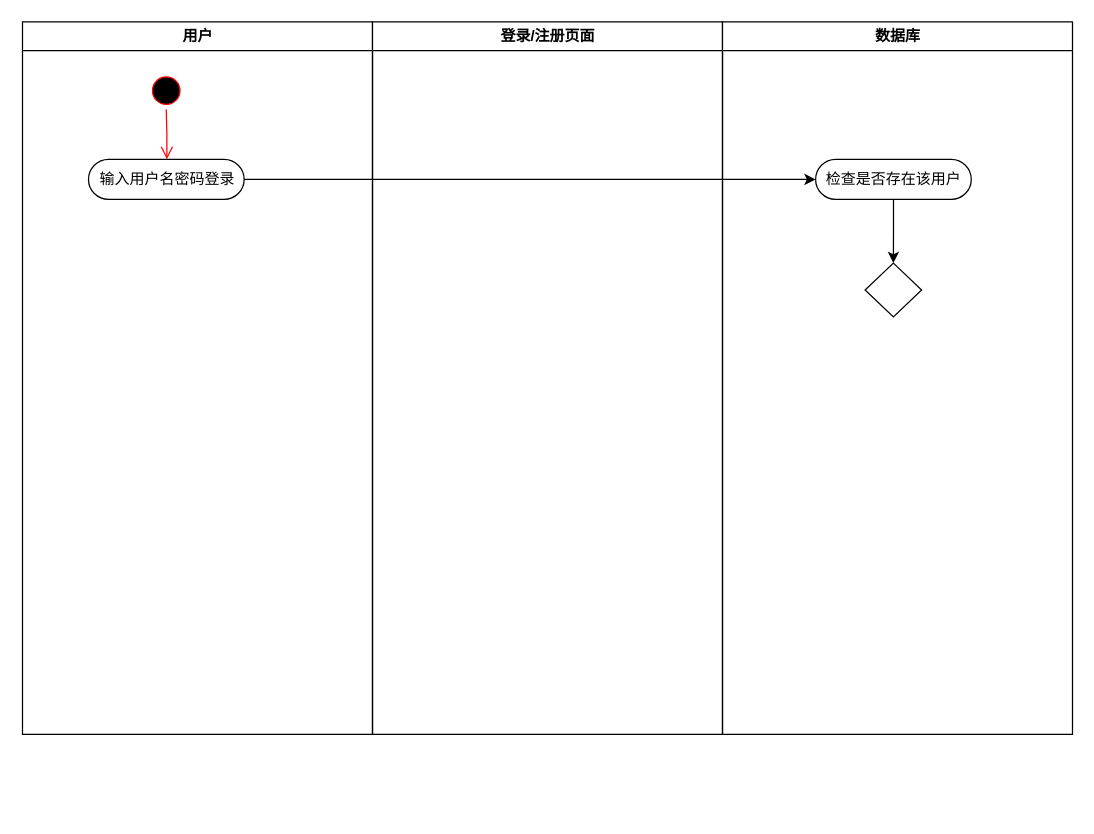
Earlier version of the draw.io diagram 注册登录活动图.drawio (200928/image). Source tidied: cells renumbered, new cells numbered last; positions are measured from the earlier drawing's top-left corner, leaving out a move shared by most shapes. Both pictures are drawn from the tidied source at 125%, with x=0, y=0 at pixel (21, 21).
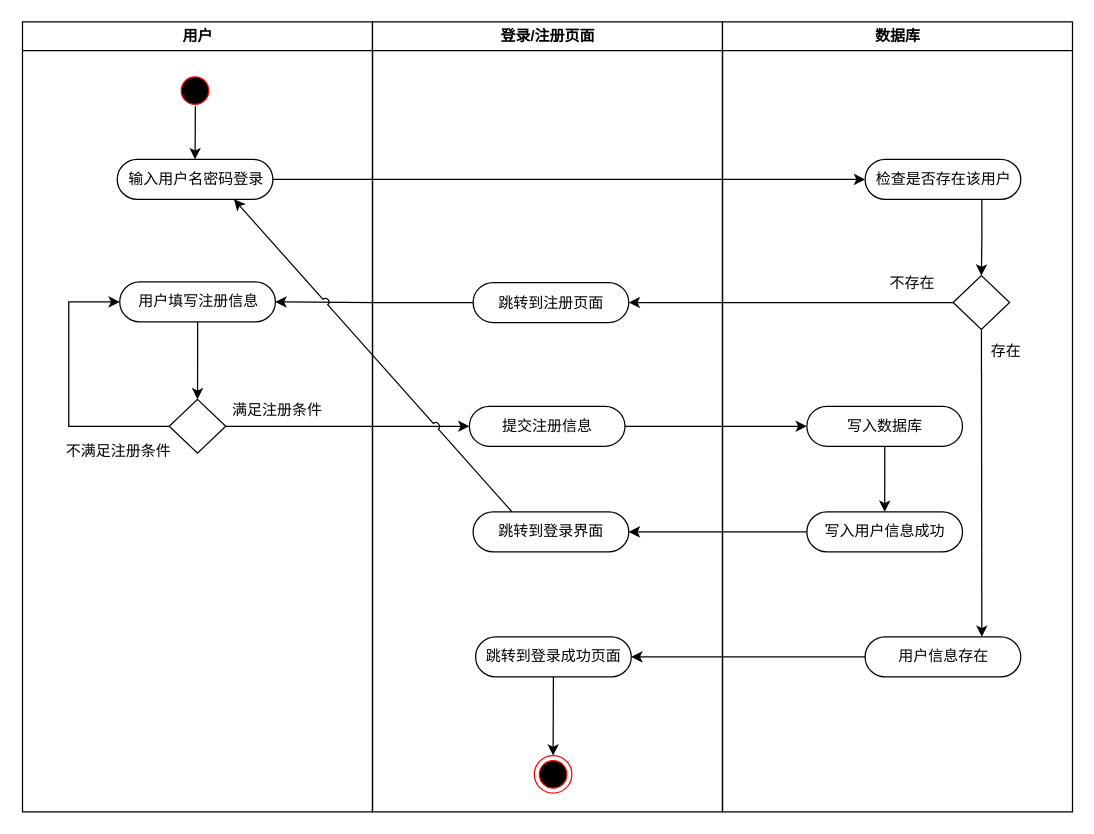
Above is the later version.

Commit message (it also covers changes not shown here):
更新注册登录活动图.drawio

The edit, as a diff of the source:
```diff
@@
     <mxCell id="2" value="用户" style="swimlane;whiteSpace=wrap;" parent="1" vertex="1">
-      <mxGeometry x="0.5" width="280" height="570" as="geometry" />
+      <mxGeometry x="0.5" width="280" height="632" as="geometry" />
     </mxCell>
+    <mxCell id="12" style="edgeStyle=none;rounded=0;jumpStyle=arc;jumpSize=6;jettySize=auto;html=1;entryX=0.5;entryY=0;entryDx=0;entryDy=0;exitX=0.51;exitY=0.915;exitDx=0;exitDy=0;exitPerimeter=0;" parent="2" edge="1" source="3" target="5">
+      <mxGeometry relative="1" as="geometry" />
+    </mxCell>
     <mxCell id="3" style="ellipse;shape=startState;fillColor=#000000;strokeColor=#ff0000;" parent="2" vertex="1">
-      <mxGeometry x="100" y="40" width="30" height="30" as="geometry" />
+      <mxGeometry x="123" y="40" width="30" height="30" as="geometry" />
     </mxCell>
-    <mxCell id="4" style="edgeStyle=elbowEdgeStyle;elbow=horizontal;verticalAlign=bottom;endArrow=open;endSize=8;strokeColor=#FF0000;endFill=1;rounded=0;" parent="2" edge="1" source="3">
-      <mxGeometry x="100" y="40" as="geometry">
-        <mxPoint x="115.5" y="110" as="targetPoint" />
-      </mxGeometry>
-    </mxCell>
     <mxCell id="5" value="输入用户名密码登录" style="html=1;rounded=1;absoluteArcSize=0;arcSize=50;" parent="2" vertex="1">
-      <mxGeometry x="52.8" y="110" width="124.5" height="32" as="geometry" />
+      <mxGeometry x="75.8" y="110" width="124.5" height="32" as="geometry" />
     </mxCell>
+    <mxCell id="13" style="edgeStyle=orthogonalEdgeStyle;rounded=0;jettySize=auto;html=1;" parent="2" edge="1" source="14" target="16">
+      <mxGeometry relative="1" as="geometry" />
+    </mxCell>
+    <mxCell id="14" value="用户填写注册信息" style="html=1;rounded=1;absoluteArcSize=0;arcSize=50;" parent="2" vertex="1">
+      <mxGeometry x="77.8" y="208" width="124.5" height="32" as="geometry" />
+    </mxCell>
+    <mxCell id="15" style="edgeStyle=orthogonalEdgeStyle;rounded=0;jettySize=auto;html=1;entryX=0;entryY=0.5;entryDx=0;entryDy=0;" parent="2" edge="1" source="16" target="14">
+      <mxGeometry relative="1" as="geometry">
+        <Array as="points">
+          <mxPoint x="37" y="324" />
+          <mxPoint x="37" y="224" />
+        </Array>
+      </mxGeometry>
+    </mxCell>
+    <mxCell id="16" style="rhombus;whiteSpace=wrap;html=1;rounded=0;" parent="2" vertex="1">
+      <mxGeometry x="117.4" y="302" width="45.2" height="43" as="geometry" />
+    </mxCell>
+    <mxCell id="17" value="不满足注册条件" style="text;html=1;align=center;verticalAlign=middle;strokeColor=none;fillColor=none;" parent="2" vertex="1">
+      <mxGeometry x="29.5" y="335" width="94" height="18" as="geometry" />
+    </mxCell>
+    <mxCell id="18" value="满足注册条件" style="text;html=1;align=center;verticalAlign=middle;strokeColor=none;fillColor=none;" parent="2" vertex="1">
+      <mxGeometry x="162.6" y="302" width="82" height="18" as="geometry" />
+    </mxCell>
     <mxCell id="6" value="登录/注册页面" style="swimlane;whiteSpace=wrap;" parent="1" vertex="1">
-      <mxGeometry x="280.5" width="280" height="570" as="geometry" />
+      <mxGeometry x="280.5" width="280" height="632" as="geometry" />
     </mxCell>
+    <mxCell id="19" value="跳转到注册页面" style="html=1;rounded=1;absoluteArcSize=0;arcSize=50;" parent="6" vertex="1">
+      <mxGeometry x="80.5" y="208.5" width="124.5" height="32" as="geometry" />
+    </mxCell>
+    <mxCell id="20" value="提交注册信息" style="html=1;rounded=1;absoluteArcSize=0;arcSize=50;" parent="6" vertex="1">
+      <mxGeometry x="77.5" y="307.5" width="124.5" height="32" as="geometry" />
+    </mxCell>
+    <mxCell id="21" value="跳转到登录界面" style="html=1;rounded=1;absoluteArcSize=0;arcSize=50;" parent="6" vertex="1">
+      <mxGeometry x="80.5" y="392" width="124.5" height="32" as="geometry" />
+    </mxCell>
+    <mxCell id="22" style="edgeStyle=none;rounded=0;jumpStyle=arc;jumpSize=6;jettySize=auto;html=1;entryX=0.5;entryY=0;entryDx=0;entryDy=0;" parent="6" edge="1" source="23" target="24">
+      <mxGeometry relative="1" as="geometry" />
+    </mxCell>
+    <mxCell id="23" value="跳转到登录成功页面" style="html=1;rounded=1;absoluteArcSize=0;arcSize=50;" parent="6" vertex="1">
+      <mxGeometry x="82.5" y="492" width="124.5" height="32" as="geometry" />
+    </mxCell>
+    <mxCell id="24" style="ellipse;html=1;shape=endState;fillColor=#000000;strokeColor=#ff0000;" parent="6" vertex="1">
+      <mxGeometry x="129.5" y="587" width="30" height="30" as="geometry" />
+    </mxCell>
     <mxCell id="7" value="数据库" style="swimlane;whiteSpace=wrap;" parent="1" vertex="1">
-      <mxGeometry x="560.5" width="280" height="570" as="geometry" />
+      <mxGeometry x="560.5" width="280" height="632" as="geometry" />
     </mxCell>
     <mxCell id="8" value="检查是否存在该用户" style="html=1;rounded=1;absoluteArcSize=0;arcSize=50;" parent="7" vertex="1">
-      <mxGeometry x="74.5" y="110" width="124.5" height="32" as="geometry" />
+      <mxGeometry x="114.1" y="110" width="124.5" height="32" as="geometry" />
     </mxCell>
+    <mxCell id="25" style="edgeStyle=none;rounded=0;jumpStyle=arc;jumpSize=6;jettySize=auto;html=1;entryX=0.75;entryY=0;entryDx=0;entryDy=0;" parent="7" edge="1" source="9" target="30">
+      <mxGeometry relative="1" as="geometry" />
+    </mxCell>
     <mxCell id="9" style="rhombus;whiteSpace=wrap;html=1;rounded=0;" parent="7" vertex="1">
-      <mxGeometry x="114.1" y="193" width="45.2" height="43" as="geometry" />
+      <mxGeometry x="184.5" y="203" width="45.2" height="43" as="geometry" />
     </mxCell>
-    <mxCell id="10" style="edgeStyle=orthogonalEdgeStyle;rounded=0;jettySize=auto;html=1;" parent="7" edge="1" source="8" target="9">
+    <mxCell id="10" style="edgeStyle=orthogonalEdgeStyle;rounded=0;jettySize=auto;html=1;exitX=0.75;exitY=1;exitDx=0;exitDy=0;" parent="7" edge="1" source="8" target="9">
       <mxGeometry relative="1" as="geometry" />
     </mxCell>
+    <mxCell id="26" value="不存在" style="text;html=1;align=center;verticalAlign=middle;strokeColor=none;fillColor=none;" parent="7" vertex="1">
+      <mxGeometry x="128.5" y="200" width="46" height="18" as="geometry" />
+    </mxCell>
+    <mxCell id="27" style="edgeStyle=orthogonalEdgeStyle;rounded=0;jettySize=auto;html=1;entryX=0.5;entryY=0;entryDx=0;entryDy=0;" parent="7" edge="1" source="28" target="29">
+      <mxGeometry relative="1" as="geometry" />
+    </mxCell>
+    <mxCell id="28" value="写入数据库" style="html=1;rounded=1;absoluteArcSize=0;arcSize=50;" parent="7" vertex="1">
+      <mxGeometry x="67.5" y="307.5" width="124.5" height="32" as="geometry" />
+    </mxCell>
+    <mxCell id="29" value="写入用户信息成功" style="html=1;rounded=1;absoluteArcSize=0;arcSize=50;" parent="7" vertex="1">
+      <mxGeometry x="67.5" y="392" width="124.5" height="32" as="geometry" />
+    </mxCell>
+    <mxCell id="30" value="用户信息存在" style="html=1;rounded=1;absoluteArcSize=0;arcSize=50;" parent="7" vertex="1">
+      <mxGeometry x="114.1" y="492" width="124.5" height="32" as="geometry" />
+    </mxCell>
+    <mxCell id="31" value="存在" style="text;html=1;align=center;verticalAlign=middle;strokeColor=none;fillColor=none;" parent="7" vertex="1">
+      <mxGeometry x="209.5" y="255" width="34" height="18" as="geometry" />
+    </mxCell>
@@
+    <mxCell id="32" style="edgeStyle=orthogonalEdgeStyle;rounded=0;jettySize=auto;html=1;entryX=1;entryY=0.5;entryDx=0;entryDy=0;" parent="1" edge="1" source="9" target="19">
+      <mxGeometry relative="1" as="geometry" />
+    </mxCell>
+    <mxCell id="33" style="edgeStyle=orthogonalEdgeStyle;rounded=0;jettySize=auto;html=1;entryX=1;entryY=0.5;entryDx=0;entryDy=0;" parent="1" edge="1" source="19" target="14">
+      <mxGeometry relative="1" as="geometry" />
+    </mxCell>
+    <mxCell id="34" style="edgeStyle=orthogonalEdgeStyle;rounded=0;jettySize=auto;html=1;entryX=0;entryY=0.5;entryDx=0;entryDy=0;" parent="1" edge="1" source="16" target="20">
+      <mxGeometry relative="1" as="geometry" />
+    </mxCell>
+    <mxCell id="35" style="edgeStyle=orthogonalEdgeStyle;rounded=0;jettySize=auto;html=1;entryX=0;entryY=0.5;entryDx=0;entryDy=0;" parent="1" edge="1" source="20" target="28">
+      <mxGeometry relative="1" as="geometry" />
+    </mxCell>
+    <mxCell id="36" style="edgeStyle=orthogonalEdgeStyle;rounded=0;jettySize=auto;html=1;entryX=1;entryY=0.5;entryDx=0;entryDy=0;" parent="1" edge="1" source="29" target="21">
+      <mxGeometry relative="1" as="geometry" />
+    </mxCell>
+    <mxCell id="37" style="rounded=0;jettySize=auto;html=1;entryX=0.75;entryY=1;entryDx=0;entryDy=0;jumpStyle=arc;jumpSize=6;exitX=0.25;exitY=0;exitDx=0;exitDy=0;" parent="1" edge="1" source="21" target="5">
+      <mxGeometry relative="1" as="geometry" />
+    </mxCell>
+    <mxCell id="38" style="edgeStyle=none;rounded=0;jumpStyle=arc;jumpSize=6;jettySize=auto;html=1;entryX=1;entryY=0.5;entryDx=0;entryDy=0;" parent="1" edge="1" source="30" target="23">
+      <mxGeometry relative="1" as="geometry" />
+    </mxCell>
```
